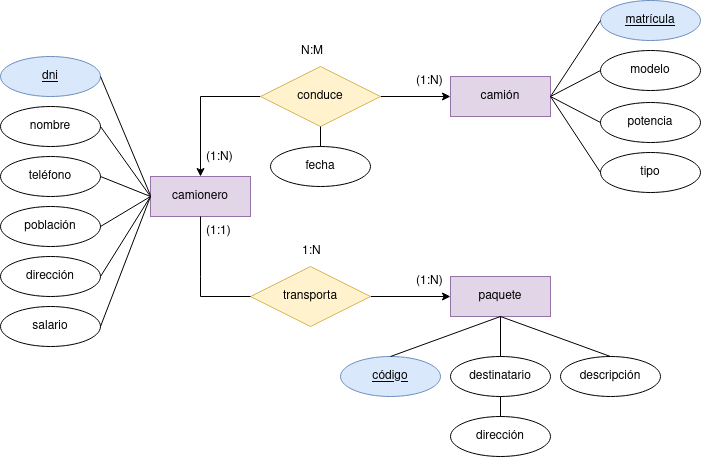
javigh193/bae keeps this draw.io diagram as tareasER/tarea4.png. Above is the earlier version. Source tidied: cells renumbered, new cells last; positions are measured from the earlier drawing's top-left corner, leaving out a move shared by most shapes. Its diagram source:
```xml
<mxGraphModel>
  <root>
    <mxCell id="0" />
    <mxCell id="1" parent="0" />
    <mxCell id="2" value="camionero" style="whiteSpace=wrap;html=1;align=center;fillColor=#e1d5e7;strokeColor=#9673a6;" parent="1" vertex="1">
      <mxGeometry x="150" y="176" width="100" height="40" as="geometry" />
    </mxCell>
    <mxCell id="3" value="&lt;div&gt;camión&lt;/div&gt;" style="whiteSpace=wrap;html=1;align=center;fillColor=#e1d5e7;strokeColor=#9673a6;" parent="1" vertex="1">
      <mxGeometry x="450" y="76" width="100" height="40" as="geometry" />
    </mxCell>
    <mxCell id="4" value="&lt;div&gt;paquete&lt;/div&gt;" style="whiteSpace=wrap;html=1;align=center;fillColor=#e1d5e7;strokeColor=#9673a6;" parent="1" vertex="1">
      <mxGeometry x="450" y="276" width="100" height="40" as="geometry" />
    </mxCell>
    <mxCell id="5" style="edgeStyle=orthogonalEdgeStyle;rounded=0;jettySize=auto;html=1;entryX=0.5;entryY=0;entryDx=0;entryDy=0;" parent="1" edge="1" source="7" target="2">
      <mxGeometry relative="1" as="geometry">
        <Array as="points">
          <mxPoint x="200" y="96" />
        </Array>
      </mxGeometry>
    </mxCell>
    <mxCell id="6" style="edgeStyle=orthogonalEdgeStyle;rounded=0;jettySize=auto;html=1;entryX=0;entryY=0.5;entryDx=0;entryDy=0;" parent="1" edge="1" source="7" target="3">
      <mxGeometry relative="1" as="geometry" />
    </mxCell>
    <mxCell id="7" value="conduce" style="shape=rhombus;perimeter=rhombusPerimeter;whiteSpace=wrap;html=1;align=center;fillColor=#fff2cc;strokeColor=#d6b656;" parent="1" vertex="1">
      <mxGeometry x="260" y="66" width="120" height="60" as="geometry" />
    </mxCell>
    <mxCell id="8" style="edgeStyle=orthogonalEdgeStyle;rounded=0;jettySize=auto;html=1;entryX=0;entryY=0.5;entryDx=0;entryDy=0;" parent="1" edge="1" source="9" target="4">
      <mxGeometry relative="1" as="geometry" />
    </mxCell>
    <mxCell id="9" value="transporta" style="shape=rhombus;perimeter=rhombusPerimeter;whiteSpace=wrap;html=1;align=center;fillColor=#fff2cc;strokeColor=#d6b656;" parent="1" vertex="1">
      <mxGeometry x="250" y="266" width="120" height="60" as="geometry" />
    </mxCell>
    <mxCell id="10" value="dni" style="ellipse;whiteSpace=wrap;html=1;align=center;fontStyle=4;fillColor=#dae8fc;strokeColor=#6c8ebf;" parent="1" vertex="1">
      <mxGeometry y="56" width="100" height="40" as="geometry" />
    </mxCell>
    <mxCell id="11" value="nombre" style="ellipse;whiteSpace=wrap;html=1;align=center;" parent="1" vertex="1">
      <mxGeometry y="106" width="100" height="40" as="geometry" />
    </mxCell>
    <mxCell id="12" value="teléfono" style="ellipse;whiteSpace=wrap;html=1;align=center;" parent="1" vertex="1">
      <mxGeometry y="156" width="100" height="40" as="geometry" />
    </mxCell>
    <mxCell id="13" value="dirección" style="ellipse;whiteSpace=wrap;html=1;align=center;" parent="1" vertex="1">
      <mxGeometry y="256" width="100" height="40" as="geometry" />
    </mxCell>
    <mxCell id="14" value="salario" style="ellipse;whiteSpace=wrap;html=1;align=center;" parent="1" vertex="1">
      <mxGeometry y="306" width="100" height="40" as="geometry" />
    </mxCell>
    <mxCell id="15" value="población" style="ellipse;whiteSpace=wrap;html=1;align=center;" parent="1" vertex="1">
      <mxGeometry y="206" width="100" height="40" as="geometry" />
    </mxCell>
    <mxCell id="16" style="endArrow=none;html=1;rounded=0;entryX=0;entryY=0.5;entryDx=0;entryDy=0;exitX=1;exitY=0.5;exitDx=0;exitDy=0;" parent="1" edge="1" source="14" target="2">
      <mxGeometry relative="1" as="geometry" />
    </mxCell>
    <mxCell id="17" style="endArrow=none;html=1;rounded=0;exitX=1;exitY=0.5;exitDx=0;exitDy=0;" parent="1" edge="1" source="10">
      <mxGeometry relative="1" as="geometry">
        <mxPoint x="150" y="195" as="targetPoint" />
      </mxGeometry>
    </mxCell>
    <mxCell id="18" style="endArrow=none;html=1;rounded=0;exitX=1;exitY=0.5;exitDx=0;exitDy=0;" parent="1" edge="1" source="11">
      <mxGeometry relative="1" as="geometry">
        <mxPoint x="150" y="196" as="targetPoint" />
      </mxGeometry>
    </mxCell>
    <mxCell id="19" style="endArrow=none;html=1;rounded=0;entryX=1;entryY=0.5;entryDx=0;entryDy=0;" parent="1" edge="1" target="13">
      <mxGeometry relative="1" as="geometry">
        <mxPoint x="150" y="196" as="sourcePoint" />
      </mxGeometry>
    </mxCell>
    <mxCell id="20" style="endArrow=none;html=1;rounded=0;exitX=1;exitY=0.5;exitDx=0;exitDy=0;" parent="1" edge="1" source="12">
      <mxGeometry relative="1" as="geometry">
        <mxPoint x="150" y="196" as="targetPoint" />
      </mxGeometry>
    </mxCell>
    <mxCell id="21" style="endArrow=none;html=1;rounded=0;exitX=1;exitY=0.5;exitDx=0;exitDy=0;" parent="1" edge="1" source="15">
      <mxGeometry relative="1" as="geometry">
        <mxPoint x="150" y="196" as="targetPoint" />
      </mxGeometry>
    </mxCell>
    <mxCell id="22" style="endArrow=none;html=1;rounded=0;exitX=0.5;exitY=1;exitDx=0;exitDy=0;entryX=0;entryY=0.5;entryDx=0;entryDy=0;" parent="1" edge="1" source="2" target="9">
      <mxGeometry relative="1" as="geometry">
        <Array as="points">
          <mxPoint x="200" y="276" />
          <mxPoint x="200" y="296" />
        </Array>
      </mxGeometry>
    </mxCell>
    <mxCell id="23" value="código" style="ellipse;whiteSpace=wrap;html=1;align=center;fontStyle=4;fillColor=#dae8fc;strokeColor=#6c8ebf;" parent="1" vertex="1">
      <mxGeometry x="340" y="356" width="100" height="40" as="geometry" />
    </mxCell>
    <mxCell id="24" value="destinatario" style="ellipse;whiteSpace=wrap;html=1;align=center;" parent="1" vertex="1">
      <mxGeometry x="450" y="356" width="100" height="40" as="geometry" />
    </mxCell>
    <mxCell id="25" value="descripción" style="ellipse;whiteSpace=wrap;html=1;align=center;" parent="1" vertex="1">
      <mxGeometry x="560" y="356" width="100" height="40" as="geometry" />
    </mxCell>
    <mxCell id="26" value="dirección" style="ellipse;whiteSpace=wrap;html=1;align=center;" parent="1" vertex="1">
      <mxGeometry x="450" y="416" width="100" height="40" as="geometry" />
    </mxCell>
    <mxCell id="27" style="endArrow=none;html=1;rounded=0;exitX=0.5;exitY=1;exitDx=0;exitDy=0;entryX=0.5;entryY=0;entryDx=0;entryDy=0;" parent="1" edge="1" source="4" target="23">
      <mxGeometry relative="1" as="geometry" />
    </mxCell>
    <mxCell id="28" style="endArrow=none;html=1;rounded=0;entryX=0.5;entryY=0;entryDx=0;entryDy=0;" parent="1" edge="1" target="24">
      <mxGeometry relative="1" as="geometry">
        <mxPoint x="500" y="316" as="sourcePoint" />
      </mxGeometry>
    </mxCell>
    <mxCell id="29" style="endArrow=none;html=1;rounded=0;exitX=0.5;exitY=0;exitDx=0;exitDy=0;entryX=0.5;entryY=1;entryDx=0;entryDy=0;" parent="1" edge="1" source="25" target="4">
      <mxGeometry relative="1" as="geometry" />
    </mxCell>
    <mxCell id="30" style="endArrow=none;html=1;rounded=0;exitX=0.5;exitY=1;exitDx=0;exitDy=0;entryX=0.5;entryY=0;entryDx=0;entryDy=0;" parent="1" edge="1" source="24" target="26">
      <mxGeometry relative="1" as="geometry" />
    </mxCell>
    <mxCell id="31" value="matrícula" style="ellipse;whiteSpace=wrap;html=1;align=center;fontStyle=4;fillColor=#dae8fc;strokeColor=#6c8ebf;" parent="1" vertex="1">
      <mxGeometry x="600" width="100" height="40" as="geometry" />
    </mxCell>
    <mxCell id="32" value="modelo" style="ellipse;whiteSpace=wrap;html=1;align=center;" parent="1" vertex="1">
      <mxGeometry x="600" y="50" width="100" height="40" as="geometry" />
    </mxCell>
    <mxCell id="33" value="potencia" style="ellipse;whiteSpace=wrap;html=1;align=center;" parent="1" vertex="1">
      <mxGeometry x="600" y="102" width="100" height="40" as="geometry" />
    </mxCell>
    <mxCell id="34" value="tipo" style="ellipse;whiteSpace=wrap;html=1;align=center;" parent="1" vertex="1">
      <mxGeometry x="600" y="152" width="100" height="40" as="geometry" />
    </mxCell>
    <mxCell id="35" style="endArrow=none;html=1;rounded=0;entryX=1;entryY=0.5;entryDx=0;entryDy=0;exitX=0;exitY=0.5;exitDx=0;exitDy=0;" parent="1" edge="1" source="32" target="3">
      <mxGeometry relative="1" as="geometry" />
    </mxCell>
    <mxCell id="36" style="endArrow=none;html=1;rounded=0;entryX=1;entryY=0.5;entryDx=0;entryDy=0;exitX=0;exitY=0.5;exitDx=0;exitDy=0;" parent="1" edge="1" source="31" target="3">
      <mxGeometry relative="1" as="geometry" />
    </mxCell>
    <mxCell id="37" style="endArrow=none;html=1;rounded=0;entryX=1;entryY=0.5;entryDx=0;entryDy=0;exitX=0;exitY=0.5;exitDx=0;exitDy=0;" parent="1" edge="1" source="33" target="3">
      <mxGeometry relative="1" as="geometry" />
    </mxCell>
    <mxCell id="38" style="endArrow=none;html=1;rounded=0;exitX=0;exitY=0.5;exitDx=0;exitDy=0;" parent="1" edge="1" source="34">
      <mxGeometry relative="1" as="geometry">
        <mxPoint x="550" y="96" as="targetPoint" />
      </mxGeometry>
    </mxCell>
    <mxCell id="39" value="(1:N)" style="text;strokeColor=none;fillColor=none;spacingLeft=4;spacingRight=4;overflow=hidden;fontSize=12;" parent="1" vertex="1">
      <mxGeometry x="410" y="266" width="40" height="30" as="geometry" />
    </mxCell>
    <mxCell id="40" value="(1:1)&#10;" style="text;strokeColor=none;fillColor=none;spacingLeft=4;spacingRight=4;overflow=hidden;fontSize=12;" parent="1" vertex="1">
      <mxGeometry x="200" y="216" width="40" height="30" as="geometry" />
    </mxCell>
    <mxCell id="41" value="1:N" style="text;strokeColor=none;fillColor=none;spacingLeft=4;spacingRight=4;overflow=hidden;fontSize=12;" parent="1" vertex="1">
      <mxGeometry x="296" y="236" width="40" height="30" as="geometry" />
    </mxCell>
    <mxCell id="42" value="(1:N)" style="text;strokeColor=none;fillColor=none;spacingLeft=4;spacingRight=4;overflow=hidden;fontSize=12;" parent="1" vertex="1">
      <mxGeometry x="410" y="66" width="40" height="30" as="geometry" />
    </mxCell>
    <mxCell id="43" value="(1:N)" style="text;strokeColor=none;fillColor=none;spacingLeft=4;spacingRight=4;overflow=hidden;fontSize=12;" parent="1" vertex="1">
      <mxGeometry x="200" y="142" width="40" height="30" as="geometry" />
    </mxCell>
    <mxCell id="44" value="N:M" style="text;strokeColor=none;fillColor=none;spacingLeft=4;spacingRight=4;overflow=hidden;fontSize=12;" parent="1" vertex="1">
      <mxGeometry x="295" y="36" width="40" height="30" as="geometry" />
    </mxCell>
    <mxCell id="45" value="fecha" style="ellipse;whiteSpace=wrap;html=1;align=center;" parent="1" vertex="1">
      <mxGeometry x="270" y="146" width="100" height="40" as="geometry" />
    </mxCell>
    <mxCell id="46" style="endArrow=none;html=1;rounded=0;entryX=0.5;entryY=1;entryDx=0;entryDy=0;" parent="1" edge="1" target="7">
      <mxGeometry relative="1" as="geometry">
        <mxPoint x="320" y="146" as="sourcePoint" />
      </mxGeometry>
    </mxCell>
  </root>
</mxGraphModel>
```
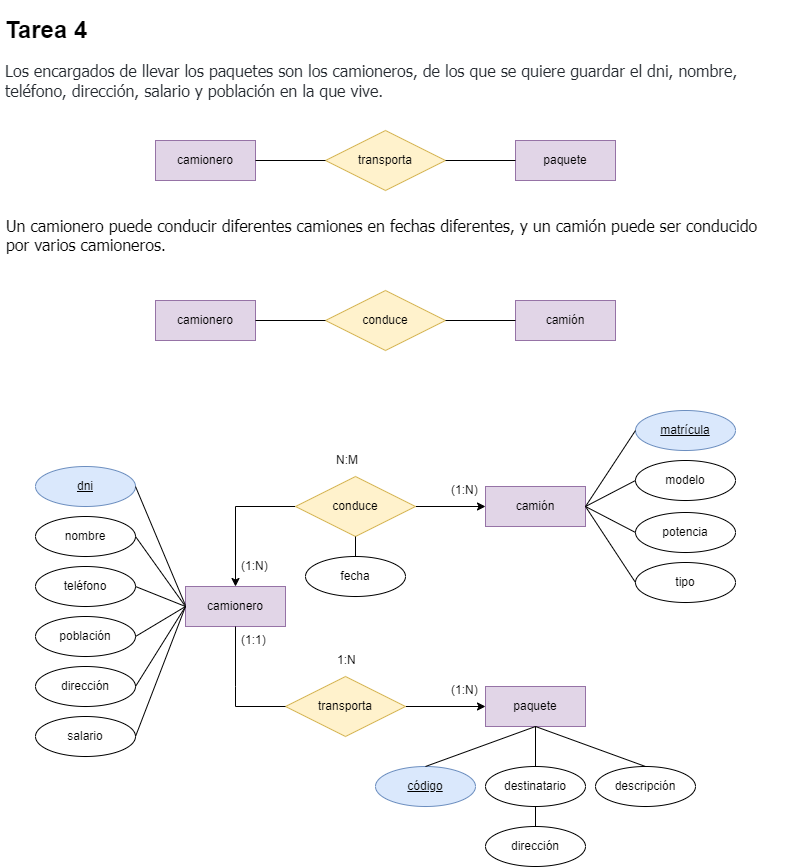
After the change.

Diff of the diagram source:
```diff
@@ -162,5 +162,41 @@
         <mxPoint x="320" y="146" as="sourcePoint" />
       </mxGeometry>
     </mxCell>
+    <mxCell id="47" value="&lt;h1&gt;Tarea 4&lt;/h1&gt;&lt;p&gt;&lt;span style=&quot;color: rgb(36, 41, 47); font-size: 16px; text-align: justify; background-color: rgb(255, 255, 255);&quot;&gt;&lt;font face=&quot;Tahoma&quot;&gt;Los encargados de llevar los paquetes son los camioneros, de los que se quiere guardar el dni, nombre, teléfono, dirección, salario y población en la que vive.&lt;/font&gt;&lt;/span&gt;&lt;br&gt;&lt;/p&gt;" style="text;html=1;strokeColor=none;fillColor=none;spacing=5;spacingTop=-20;whiteSpace=wrap;overflow=hidden;rounded=0;" parent="1" vertex="1">
+      <mxGeometry x="-35" y="-400" width="790" height="110" as="geometry" />
+    </mxCell>
+    <mxCell id="48" value="camionero" style="whiteSpace=wrap;html=1;align=center;fillColor=#e1d5e7;strokeColor=#9673a6;" parent="1" vertex="1">
+      <mxGeometry x="120" y="-270" width="100" height="40" as="geometry" />
+    </mxCell>
+    <mxCell id="49" value="transporta" style="shape=rhombus;perimeter=rhombusPerimeter;whiteSpace=wrap;html=1;align=center;fillColor=#fff2cc;strokeColor=#d6b656;" parent="1" vertex="1">
+      <mxGeometry x="290" y="-280" width="120" height="60" as="geometry" />
+    </mxCell>
+    <mxCell id="50" value="&lt;div&gt;paquete&lt;/div&gt;" style="whiteSpace=wrap;html=1;align=center;fillColor=#e1d5e7;strokeColor=#9673a6;" parent="1" vertex="1">
+      <mxGeometry x="480" y="-270" width="100" height="40" as="geometry" />
+    </mxCell>
+    <mxCell id="51" style="endArrow=none;html=1;rounded=0;exitX=1;exitY=0.5;exitDx=0;exitDy=0;" parent="1" edge="1" source="48" target="49">
+      <mxGeometry relative="1" as="geometry" />
+    </mxCell>
+    <mxCell id="52" style="endArrow=none;html=1;rounded=0;exitX=1;exitY=0.5;exitDx=0;exitDy=0;entryX=0;entryY=0.5;entryDx=0;entryDy=0;" parent="1" edge="1" source="49" target="50">
+      <mxGeometry relative="1" as="geometry" />
+    </mxCell>
+    <mxCell id="53" value="Un camionero puede conducir diferentes camiones en fechas diferentes, y un camión puede ser conducido &#10;por varios camioneros." style="text;strokeColor=none;fillColor=none;spacingLeft=4;spacingRight=4;overflow=hidden;fontSize=16;fontFamily=Tahoma;" parent="1" vertex="1">
+      <mxGeometry x="-35" y="-200" width="780" height="60" as="geometry" />
+    </mxCell>
+    <mxCell id="54" value="camionero" style="whiteSpace=wrap;html=1;align=center;fillColor=#e1d5e7;strokeColor=#9673a6;" parent="1" vertex="1">
+      <mxGeometry x="120" y="-110" width="100" height="40" as="geometry" />
+    </mxCell>
+    <mxCell id="55" value="&lt;div&gt;camión&lt;/div&gt;" style="whiteSpace=wrap;html=1;align=center;fillColor=#e1d5e7;strokeColor=#9673a6;" parent="1" vertex="1">
+      <mxGeometry x="480" y="-110" width="100" height="40" as="geometry" />
+    </mxCell>
+    <mxCell id="56" value="conduce" style="shape=rhombus;perimeter=rhombusPerimeter;whiteSpace=wrap;html=1;align=center;fillColor=#fff2cc;strokeColor=#d6b656;" parent="1" vertex="1">
+      <mxGeometry x="290" y="-120" width="120" height="60" as="geometry" />
+    </mxCell>
+    <mxCell id="57" style="endArrow=none;html=1;rounded=0;fontFamily=Tahoma;fontSize=16;exitX=1;exitY=0.5;exitDx=0;exitDy=0;entryX=0;entryY=0.5;entryDx=0;entryDy=0;" parent="1" edge="1" source="56" target="55">
+      <mxGeometry relative="1" as="geometry" />
+    </mxCell>
+    <mxCell id="58" style="endArrow=none;html=1;rounded=0;fontFamily=Tahoma;fontSize=16;exitX=0;exitY=0.5;exitDx=0;exitDy=0;entryX=1;entryY=0.5;entryDx=0;entryDy=0;" parent="1" edge="1" source="56" target="54">
+      <mxGeometry relative="1" as="geometry" />
+    </mxCell>
   </root>
 </mxGraphModel>
```
